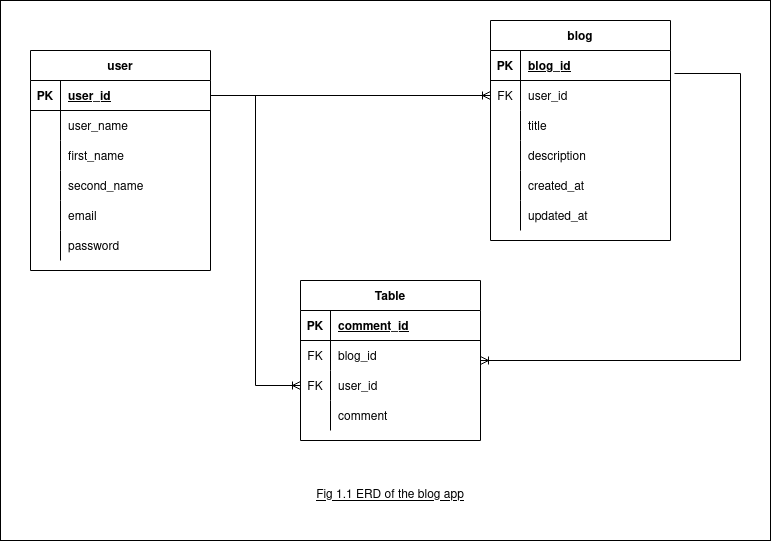
Before: erd_blog_app_fig_1_1.png, a diagram exported from draw.io (rodanr/nestjs-blog-rest-app). Source tidied: cells renumbered, new cells last; positions are measured from the earlier drawing's top-left corner, leaving out a move shared by most shapes.
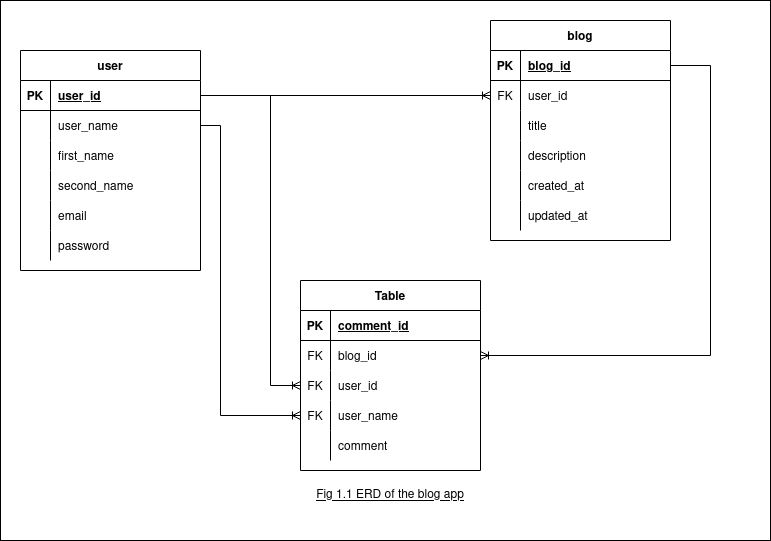
After the change.

Commit message:
updated schema to have user_name in the comment table

The edit, as a diff of the source:
```diff
@@ -6,7 +6,7 @@
       <mxGeometry width="770" height="540" as="geometry" />
     </mxCell>
     <mxCell id="3" value="user" style="shape=table;startSize=30;rowLines=0;fontStyle=1;align=center;" parent="1" vertex="1">
-      <mxGeometry x="30" y="50" width="180" height="220" as="geometry" />
+      <mxGeometry x="20" y="50" width="180" height="220" as="geometry" />
     </mxCell>
     <mxCell id="4" style="shape=tableRow;horizontal=0;startSize=0;swimlaneHead=0;swimlaneBody=0;fillColor=none;points=[[0,0.5],[1,0.5]];portConstraint=eastwest;top=0;left=0;right=0;bottom=1;" parent="3" vertex="1">
       <mxGeometry y="30" width="180" height="30" as="geometry" />
@@ -122,11 +122,11 @@
     <mxCell id="41" style="edgeStyle=orthogonalEdgeStyle;fontSize=12;html=1;endArrow=ERoneToMany;rounded=0;exitX=1;exitY=0.5;exitDx=0;exitDy=0;entryX=0;entryY=0.5;entryDx=0;entryDy=0;" parent="1" edge="1" source="4" target="26">
       <mxGeometry relative="1" as="geometry" />
     </mxCell>
-    <mxCell id="42" style="fontSize=12;html=1;endArrow=ERoneToMany;rounded=0;exitX=1.022;exitY=0.767;exitDx=0;exitDy=0;entryX=1;entryY=0.5;entryDx=0;entryDy=0;exitPerimeter=0;edgeStyle=orthogonalEdgeStyle;" parent="1" edge="1" source="23" target="44">
+    <mxCell id="42" style="fontSize=12;html=1;endArrow=ERoneToMany;rounded=0;exitX=1;exitY=0.5;exitDx=0;exitDy=0;edgeStyle=orthogonalEdgeStyle;entryX=1;entryY=0.5;entryDx=0;entryDy=0;" parent="1" edge="1" source="23" target="48">
       <mxGeometry relative="1" as="geometry">
         <Array as="points">
-          <mxPoint x="740" y="73" />
-          <mxPoint x="740" y="360" />
+          <mxPoint x="710" y="65" />
+          <mxPoint x="710" y="355" />
         </Array>
       </mxGeometry>
     </mxCell>
@@ -134,7 +134,7 @@
       <mxGeometry x="300" y="480" width="180" height="30" as="geometry" />
     </mxCell>
     <mxCell id="44" value="Table" style="shape=table;startSize=30;rowLines=0;fontStyle=1;align=center;" parent="1" vertex="1">
-      <mxGeometry x="300" y="280" width="180" height="160" as="geometry" />
+      <mxGeometry x="300" y="280" width="180" height="190" as="geometry" />
     </mxCell>
     <mxCell id="45" style="shape=tableRow;horizontal=0;startSize=0;swimlaneHead=0;swimlaneBody=0;fillColor=none;top=0;left=0;right=0;bottom=1;" parent="44" vertex="1">
       <mxGeometry y="30" width="180" height="30" as="geometry" />
@@ -166,14 +166,36 @@
     <mxCell id="54" style="shape=tableRow;horizontal=0;startSize=0;swimlaneHead=0;swimlaneBody=0;fillColor=none;points=[[0,0.5],[1,0.5]];portConstraint=eastwest;top=0;left=0;right=0;bottom=0;" parent="44" vertex="1">
       <mxGeometry y="120" width="180" height="30" as="geometry" />
     </mxCell>
-    <mxCell id="55" style="shape=partialRectangle;fillColor=none;top=0;left=0;bottom=0;right=0;overflow=hidden;" parent="54" vertex="1">
+    <mxCell id="55" value="FK" style="shape=partialRectangle;fillColor=none;top=0;left=0;bottom=0;right=0;overflow=hidden;" parent="54" vertex="1">
       <mxGeometry width="30" height="30" as="geometry" />
     </mxCell>
-    <mxCell id="56" value="comment" style="shape=partialRectangle;fillColor=none;top=0;left=0;bottom=0;right=0;align=left;spacingLeft=6;overflow=hidden;" parent="54" vertex="1">
+    <mxCell id="56" value="user_name" style="shape=partialRectangle;fillColor=none;top=0;left=0;bottom=0;right=0;align=left;spacingLeft=6;overflow=hidden;" parent="54" vertex="1">
       <mxGeometry x="30" width="150" height="30" as="geometry" />
     </mxCell>
-    <mxCell id="57" style="edgeStyle=orthogonalEdgeStyle;fontSize=12;html=1;endArrow=ERoneToMany;rounded=0;entryX=0;entryY=0.5;entryDx=0;entryDy=0;exitX=1;exitY=0.5;exitDx=0;exitDy=0;" parent="1" edge="1" source="4" target="51">
-      <mxGeometry relative="1" as="geometry" />
+    <mxCell id="57" style="shape=tableRow;horizontal=0;startSize=0;swimlaneHead=0;swimlaneBody=0;fillColor=none;top=0;left=0;right=0;bottom=0;" parent="44" vertex="1">
+      <mxGeometry y="150" width="180" height="30" as="geometry" />
     </mxCell>
+    <mxCell id="58" style="shape=partialRectangle;fillColor=none;top=0;left=0;bottom=0;right=0;overflow=hidden;" parent="57" vertex="1">
+      <mxGeometry width="30" height="30" as="geometry" />
+    </mxCell>
+    <mxCell id="59" value="comment" style="shape=partialRectangle;fillColor=none;top=0;left=0;bottom=0;right=0;align=left;spacingLeft=6;overflow=hidden;" parent="57" vertex="1">
+      <mxGeometry x="30" width="150" height="30" as="geometry" />
+    </mxCell>
+    <mxCell id="60" style="edgeStyle=orthogonalEdgeStyle;fontSize=12;html=1;endArrow=ERoneToMany;rounded=0;entryX=0;entryY=0.5;entryDx=0;entryDy=0;exitX=1;exitY=0.5;exitDx=0;exitDy=0;" parent="1" edge="1" source="4" target="51">
+      <mxGeometry relative="1" as="geometry">
+        <Array as="points">
+          <mxPoint x="270" y="95" />
+          <mxPoint x="270" y="385" />
+        </Array>
+      </mxGeometry>
+    </mxCell>
+    <mxCell id="61" style="edgeStyle=orthogonalEdgeStyle;fontSize=12;html=1;endArrow=ERoneToMany;rounded=0;exitX=1;exitY=0.5;exitDx=0;exitDy=0;entryX=0;entryY=0.5;entryDx=0;entryDy=0;" parent="1" edge="1" source="7" target="54">
+      <mxGeometry relative="1" as="geometry">
+        <Array as="points">
+          <mxPoint x="220" y="125" />
+          <mxPoint x="220" y="415" />
+        </Array>
+      </mxGeometry>
+    </mxCell>
   </root>
 </mxGraphModel>
```
